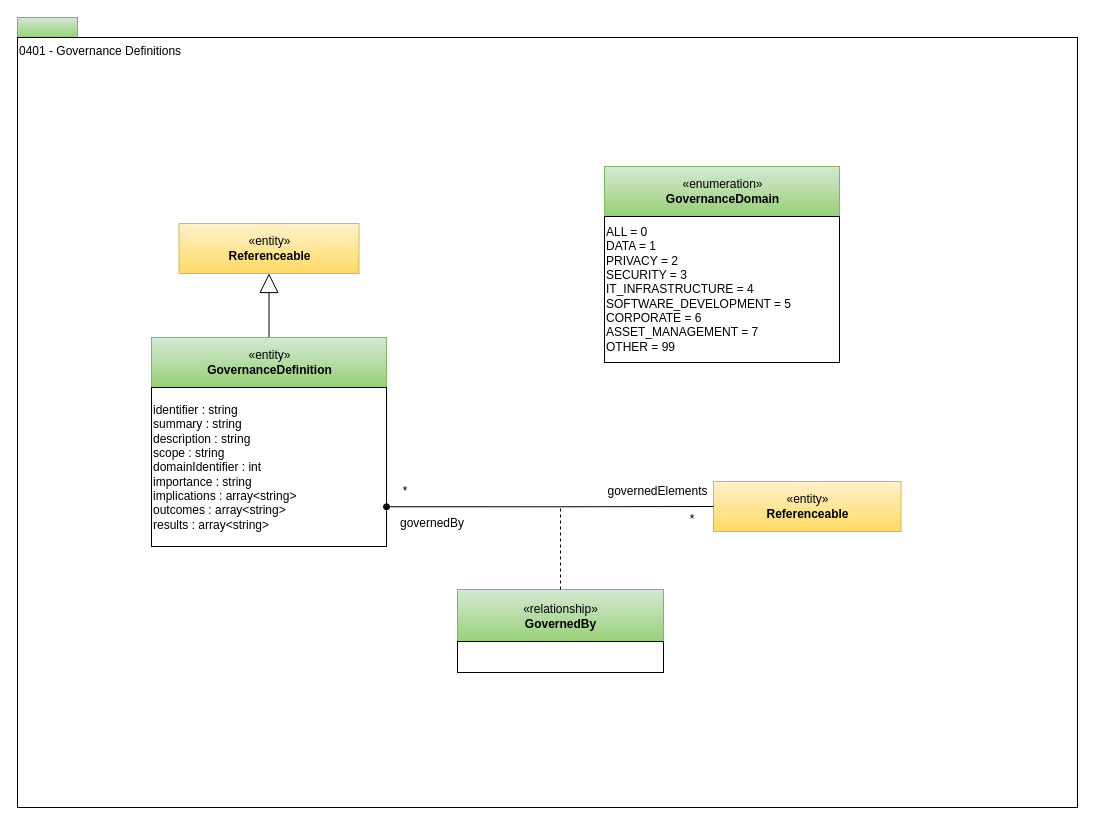
The draw.io diagram page "0401-Governance-Definitions" (2 of 31) of site/docs/types/4/area-4-governance.drawio in odpi/egeria-docs, before the edit. Source tidied: cells renumbered, new cells numbered last; positions are measured from the earlier drawing's top-left corner, leaving out a move shared by most shapes. Both pictures are drawn from the tidied source at 100%, with x=0, y=0 at pixel (17, 17).
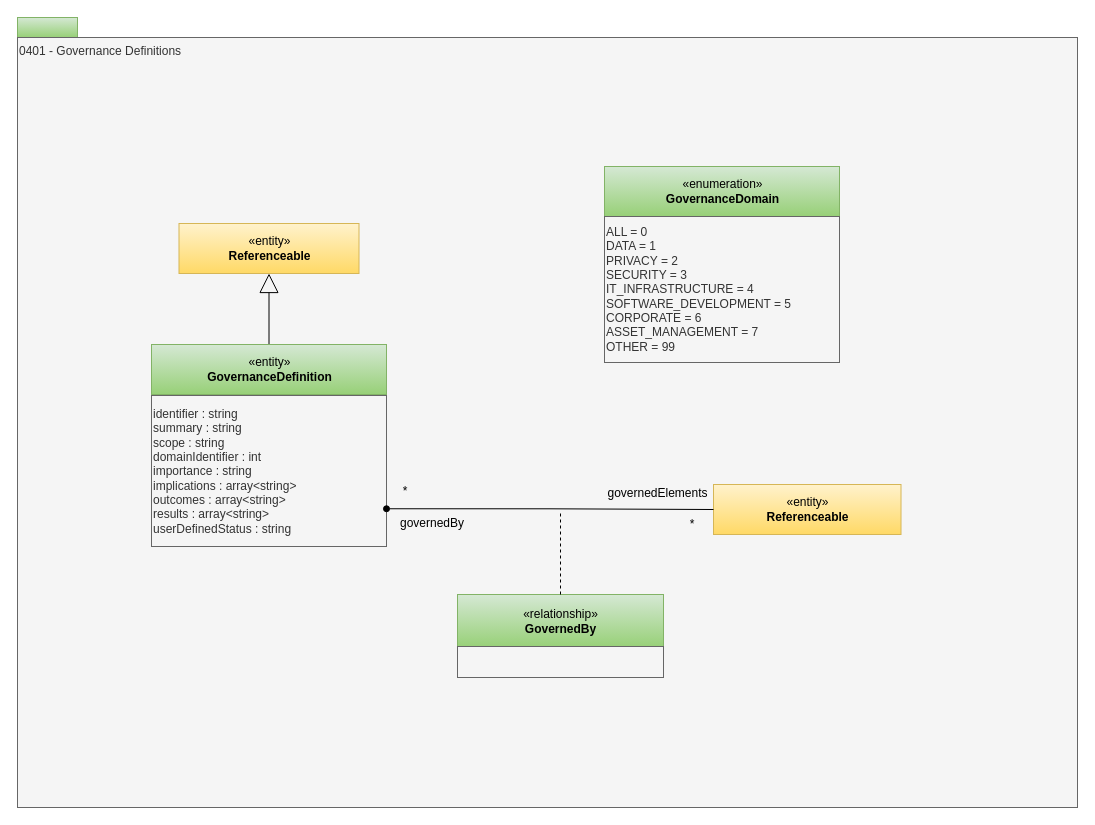
Above is the later version.

Change to the diagram source:
```diff
@@
 <mxGraphModel>
   <root>
     <mxCell id="0" />
     <mxCell id="1" parent="0" />
     <mxCell id="2" style="rounded=0;whiteSpace=wrap;html=1;align=left;fillColor=#d5e8d4;strokeColor=#82b366;gradientColor=#97d077;" parent="1" vertex="1">
       <mxGeometry width="60" height="20" as="geometry" />
     </mxCell>
-    <mxCell id="3" value="0401 - Governance Definitions" style="rounded=0;whiteSpace=wrap;html=1;align=left;verticalAlign=top;" parent="1" vertex="1">
+    <mxCell id="3" value="0401 - Governance Definitions" style="rounded=0;whiteSpace=wrap;html=1;align=left;verticalAlign=top;fillColor=#f5f5f5;fontColor=#333333;strokeColor=#666666;" parent="1" vertex="1">
       <mxGeometry y="20" width="1060" height="770" as="geometry" />
     </mxCell>
     <mxCell id="4" style="edgeStyle=orthogonalEdgeStyle;rounded=0;jettySize=auto;html=1;exitX=0.5;exitY=0;exitDx=0;exitDy=0;entryX=0.5;entryY=1;entryDx=0;entryDy=0;endArrow=block;endFill=0;endSize=17;" parent="1" edge="1" source="5" target="6">
       <mxGeometry relative="1" as="geometry" />
     </mxCell>
     <mxCell id="5" value="«entity»&lt;br&gt;&lt;b&gt;GovernanceDefinition&lt;/b&gt;" style="html=1;strokeColor=#82b366;align=center;fillColor=#d5e8d4;gradientColor=#97d077;" parent="1" vertex="1">
-      <mxGeometry x="134" y="320" width="235" height="50" as="geometry" />
+      <mxGeometry x="134" y="327" width="235" height="50" as="geometry" />
     </mxCell>
     <mxCell id="6" value="«entity»&lt;br&gt;&lt;b&gt;Referenceable&lt;/b&gt;" style="html=1;strokeColor=#d6b656;align=center;fillColor=#fff2cc;gradientColor=#ffd966;" parent="1" vertex="1">
       <mxGeometry x="161.5" y="206" width="180" height="50" as="geometry" />
     </mxCell>
-    <mxCell id="7" value="identifier : string&lt;div&gt;summary : string&lt;br&gt;description : string&lt;br&gt;scope : string&lt;br&gt;domainIdentifier : int&lt;br&gt;importance : string&lt;br&gt;implications : array&amp;lt;string&amp;gt;&lt;br&gt;outcomes : array&amp;lt;string&amp;gt;&lt;br&gt;results : array&amp;lt;string&amp;gt;&lt;/div&gt;" style="rounded=0;whiteSpace=wrap;html=1;strokeColor=#000000;gradientColor=#ffffff;align=left;" parent="1" vertex="1">
-      <mxGeometry x="134" y="370" width="235" height="159" as="geometry" />
+    <mxCell id="7" value="identifier : string&lt;div&gt;summary : string&lt;br&gt;scope : string&lt;br&gt;domainIdentifier : int&lt;br&gt;importance : string&lt;br&gt;implications : array&amp;lt;string&amp;gt;&lt;br&gt;outcomes : array&amp;lt;string&amp;gt;&lt;br&gt;results : array&amp;lt;string&amp;gt;&lt;/div&gt;&lt;div&gt;userDefinedStatus : string&lt;/div&gt;" style="rounded=0;whiteSpace=wrap;html=1;strokeColor=#666666;align=left;fillColor=#f5f5f5;fontColor=#333333;" parent="1" vertex="1">
+      <mxGeometry x="134" y="378" width="235" height="151" as="geometry" />
     </mxCell>
     <mxCell id="8" value="«enumeration»&lt;br&gt;&lt;b&gt;GovernanceDomain&lt;/b&gt;" style="html=1;strokeColor=#82b366;align=center;fillColor=#d5e8d4;gradientColor=#97d077;" parent="1" vertex="1">
       <mxGeometry x="587" y="149" width="235" height="50" as="geometry" />
     </mxCell>
-    <mxCell id="9" value="ALL = 0&lt;br&gt;DATA = 1&lt;br&gt;PRIVACY = 2&lt;br&gt;SECURITY = 3&lt;br&gt;IT_INFRASTRUCTURE = 4&lt;br&gt;SOFTWARE_DEVELOPMENT = 5&lt;br&gt;CORPORATE = 6&lt;br&gt;ASSET_MANAGEMENT = 7&lt;br&gt;OTHER = 99" style="rounded=0;whiteSpace=wrap;html=1;strokeColor=#000000;gradientColor=#ffffff;align=left;" parent="1" vertex="1">
+    <mxCell id="9" value="ALL = 0&lt;br&gt;DATA = 1&lt;br&gt;PRIVACY = 2&lt;br&gt;SECURITY = 3&lt;br&gt;IT_INFRASTRUCTURE = 4&lt;br&gt;SOFTWARE_DEVELOPMENT = 5&lt;br&gt;CORPORATE = 6&lt;br&gt;ASSET_MANAGEMENT = 7&lt;br&gt;OTHER = 99" style="rounded=0;whiteSpace=wrap;html=1;strokeColor=#666666;align=left;fillColor=#f5f5f5;fontColor=#333333;" parent="1" vertex="1">
       <mxGeometry x="587" y="199" width="235" height="146" as="geometry" />
     </mxCell>
     <mxCell id="10" value="«entity»&lt;br&gt;&lt;b&gt;Referenceable&lt;/b&gt;" style="html=1;strokeColor=#d6b656;align=center;fillColor=#fff2cc;gradientColor=#ffd966;" parent="1" vertex="1">
-      <mxGeometry x="696" y="464" width="187.5" height="50" as="geometry" />
+      <mxGeometry x="696" y="467" width="187.5" height="50" as="geometry" />
     </mxCell>
     <mxCell id="11" style="edgeStyle=orthogonalEdgeStyle;rounded=0;html=1;jettySize=auto;endArrow=none;endFill=0;exitX=1;exitY=0.75;exitDx=0;exitDy=0;startArrow=oval;startFill=1;" parent="1" edge="1" source="7" target="10">
       <mxGeometry relative="1" as="geometry" />
     </mxCell>
     <mxCell id="12" value="*" style="text;html=1;strokeColor=none;fillColor=none;align=center;verticalAlign=middle;whiteSpace=wrap;rounded=0;" parent="1" vertex="1">
-      <mxGeometry x="662" y="493" width="26" height="18" as="geometry" />
+      <mxGeometry x="662" y="498" width="26" height="18" as="geometry" />
     </mxCell>
     <mxCell id="13" value="«relationship»&lt;br&gt;&lt;b&gt;GovernedBy&lt;/b&gt;" style="html=1;strokeColor=#82b366;align=center;fillColor=#d5e8d4;gradientColor=#97d077;" parent="1" vertex="1">
-      <mxGeometry x="440" y="572" width="206" height="53" as="geometry" />
+      <mxGeometry x="440" y="577" width="206" height="53" as="geometry" />
     </mxCell>
     <mxCell id="14" style="endArrow=none;dashed=1;html=1;" parent="1" edge="1" target="13">
       <mxGeometry relative="1" as="geometry">
-        <mxPoint x="543" y="491" as="sourcePoint" />
+        <mxPoint x="543" y="496" as="sourcePoint" />
       </mxGeometry>
     </mxCell>
-    <mxCell id="15" style="rounded=0;whiteSpace=wrap;html=1;strokeColor=#000000;gradientColor=#ffffff;align=left;" parent="1" vertex="1">
-      <mxGeometry x="440" y="624" width="206" height="31" as="geometry" />
+    <mxCell id="15" style="rounded=0;whiteSpace=wrap;html=1;strokeColor=#666666;align=left;fillColor=#f5f5f5;fontColor=#333333;" parent="1" vertex="1">
+      <mxGeometry x="440" y="629" width="206" height="31" as="geometry" />
     </mxCell>
     <mxCell id="16" value="governedBy" style="text;html=1;strokeColor=none;fillColor=none;align=center;verticalAlign=middle;whiteSpace=wrap;rounded=0;" parent="1" vertex="1">
       <mxGeometry x="352" y="496" width="126" height="20" as="geometry" />
     </mxCell>
     <mxCell id="17" value="governedElements" style="text;html=1;strokeColor=none;fillColor=none;align=center;verticalAlign=middle;whiteSpace=wrap;rounded=0;" parent="1" vertex="1">
-      <mxGeometry x="573" y="464" width="135" height="20" as="geometry" />
+      <mxGeometry x="573" y="466" width="135" height="20" as="geometry" />
     </mxCell>
     <mxCell id="18" value="*" style="text;html=1;strokeColor=none;fillColor=none;align=center;verticalAlign=middle;whiteSpace=wrap;rounded=0;" parent="1" vertex="1">
       <mxGeometry x="375" y="465" width="26" height="18" as="geometry" />
     </mxCell>
   </root>
 </mxGraphModel>
```
